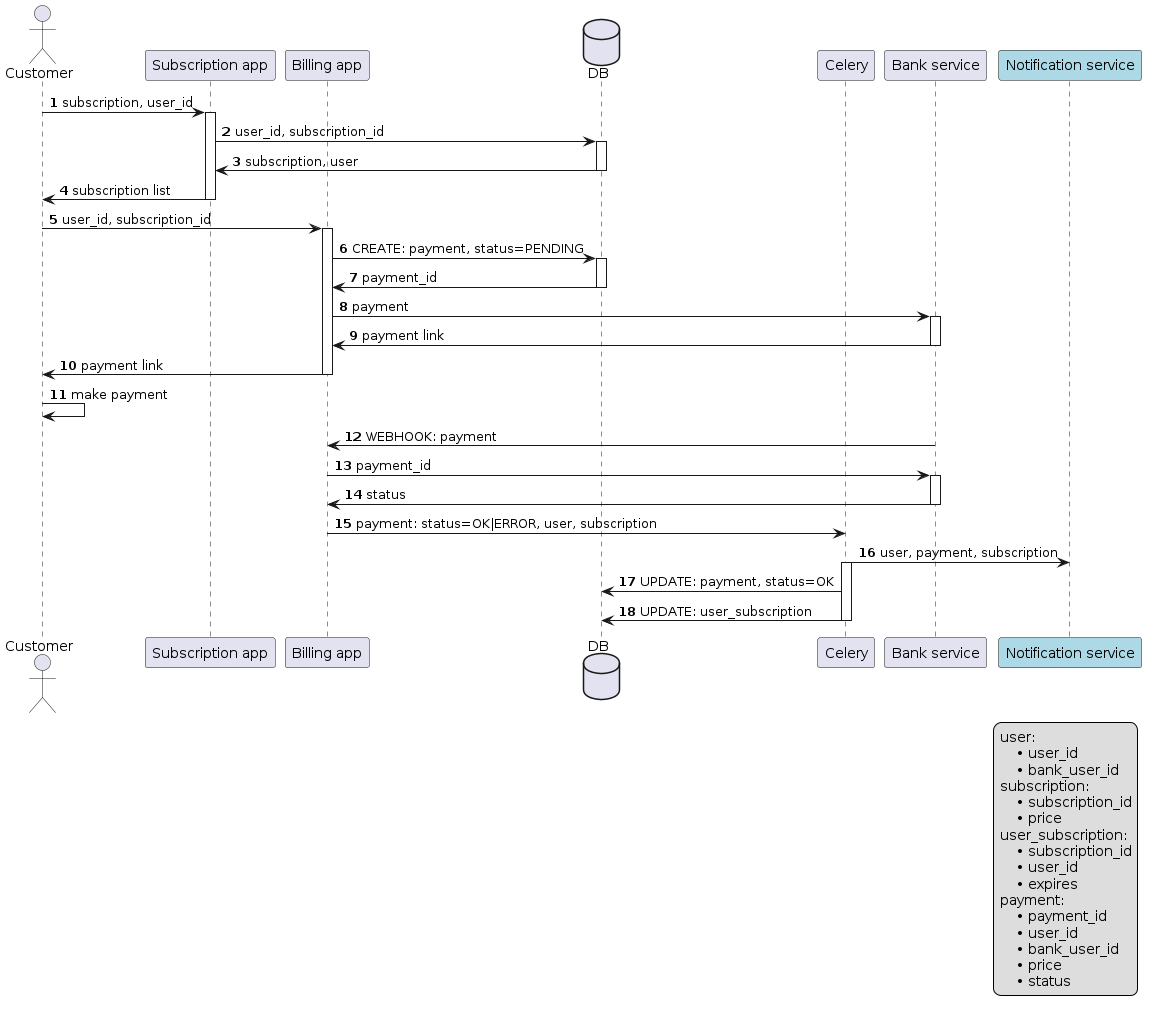
Above: diagrams/out/subscribe_pipeline.png in likeinlife-cinema-project/billing (PlantUML), before the change.
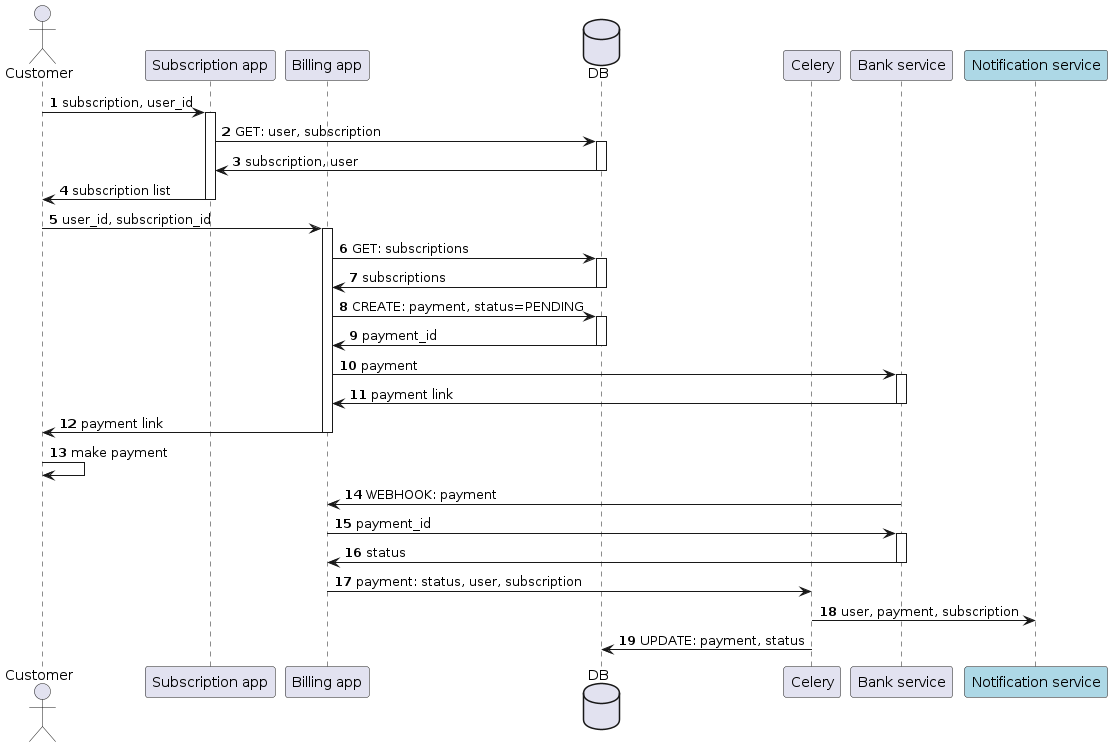
The same file after the commit.

Commit message:
upd: diagrams

Change to the diagram source:
```diff
@@ -9,11 +9,13 @@
 participant notification_service as "Notification service" #LightBlue
 
 customer -> subscription_app ++: subscription, user_id
-subscription_app -> db ++: user_id, subscription_id
+subscription_app -> db ++: GET: user, subscription
 db -> subscription_app --: subscription, user
 subscription_app -> customer --: subscription list
 
 customer -> billing_app ++: user_id, subscription_id
+billing_app -> db ++: GET: subscriptions
+db -> billing_app --: subscriptions
 billing_app -> db ++: CREATE: payment, status=PENDING
 db -> billing_app --: payment_id
 billing_app -> bank_service ++: payment
@@ -25,29 +27,8 @@
 bank_service -> billing_app: WEBHOOK: payment
 billing_app -> bank_service ++: payment_id
 bank_service -> billing_app --: status
-billing_app -> celery: payment: status=OK|ERROR, user, subscription
+billing_app -> celery: payment: status, user, subscription
 celery -> notification_service: user, payment, subscription
-activate celery
-celery -> db: UPDATE: payment, status=OK
-celery -> db: UPDATE: user_subscription
-deactivate celery
+celery -> db: UPDATE: payment, status
 
-legend right
-user:
-    • user_id
-    • bank_user_id
-subscription:
-    • subscription_id
-    • price
-user_subscription:
-    • subscription_id
-    • user_id
-    • expires
-payment:
-    • payment_id
-    • user_id
-    • bank_user_id
-    • price
-    • status
-end legend
 @enduml
```
